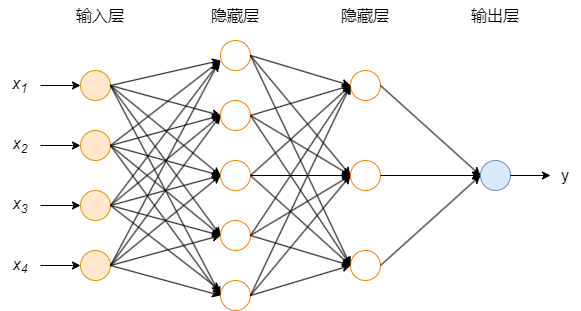
Above: 典型的前馈神经网络结构.drawio.png in luochen2002/gitskills (draw.io), before the change. Source tidied: cells renumbered, new cells last; positions are measured from the earlier drawing's top-left corner, leaving out a move shared by most shapes.
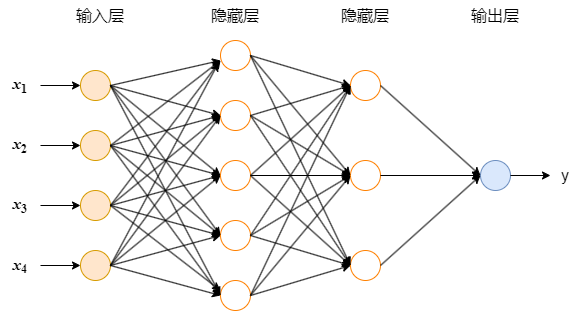
The same diagram one commit later.

Commit message:
更新典型的前馈神经网络结构.drawio.png

Change to the diagram source:
```diff
@@ -188,25 +188,25 @@
     <mxCell id="59" style="edgeStyle=orthogonalEdgeStyle;rounded=0;jettySize=auto;html=1;" parent="1" edge="1" source="60" target="2">
       <mxGeometry relative="1" as="geometry" />
     </mxCell>
-    <mxCell id="60" value="&lt;i style=&quot;font-size: 16px;&quot;&gt;x&lt;sub&gt;1&lt;/sub&gt;&lt;/i&gt;" style="text;strokeColor=none;align=center;fillColor=none;html=1;verticalAlign=middle;whiteSpace=wrap;rounded=0;" parent="1" vertex="1">
+    <mxCell id="60" value="&lt;span style=&quot;font-size: 16px;&quot;&gt;&lt;b&gt;&lt;font style=&quot;font-style: italic;&quot; face=&quot;Times New Roman&quot;&gt;x&lt;/font&gt;&lt;sub style=&quot;&quot;&gt;&lt;font style=&quot;&quot; face=&quot;Times New Roman&quot;&gt;1&lt;/font&gt;&lt;/sub&gt;&lt;/b&gt;&lt;/span&gt;" style="text;strokeColor=none;align=center;fillColor=none;html=1;verticalAlign=middle;whiteSpace=wrap;rounded=0;" parent="1" vertex="1">
       <mxGeometry y="75" width="40" height="20" as="geometry" />
     </mxCell>
     <mxCell id="61" style="edgeStyle=orthogonalEdgeStyle;rounded=0;jettySize=auto;html=1;" parent="1" edge="1" source="62" target="3">
       <mxGeometry relative="1" as="geometry" />
     </mxCell>
-    <mxCell id="62" value="&lt;i style=&quot;font-size: 16px;&quot;&gt;x&lt;/i&gt;&lt;i style=&quot;font-size: 13.3333px;&quot;&gt;&lt;sub&gt;2&lt;/sub&gt;&lt;/i&gt;" style="text;strokeColor=none;align=center;fillColor=none;html=1;verticalAlign=middle;whiteSpace=wrap;rounded=0;" parent="1" vertex="1">
+    <mxCell id="62" value="&lt;font face=&quot;Times New Roman&quot;&gt;&lt;b&gt;&lt;i style=&quot;font-size: 16px;&quot;&gt;x&lt;/i&gt;&lt;span style=&quot;font-size: 13.3333px;&quot;&gt;&lt;sub style=&quot;&quot;&gt;2&lt;/sub&gt;&lt;/span&gt;&lt;/b&gt;&lt;/font&gt;" style="text;strokeColor=none;align=center;fillColor=none;html=1;verticalAlign=middle;whiteSpace=wrap;rounded=0;" parent="1" vertex="1">
       <mxGeometry y="135" width="40" height="20" as="geometry" />
     </mxCell>
     <mxCell id="63" style="edgeStyle=orthogonalEdgeStyle;rounded=0;jettySize=auto;html=1;" parent="1" edge="1" source="64" target="4">
       <mxGeometry relative="1" as="geometry" />
     </mxCell>
-    <mxCell id="64" value="&lt;i style=&quot;font-size: 16px;&quot;&gt;x&lt;/i&gt;&lt;i style=&quot;font-size: 13.3333px;&quot;&gt;&lt;sub&gt;3&lt;/sub&gt;&lt;/i&gt;" style="text;strokeColor=none;align=center;fillColor=none;html=1;verticalAlign=middle;whiteSpace=wrap;rounded=0;" parent="1" vertex="1">
+    <mxCell id="64" value="&lt;font style=&quot;&quot; face=&quot;Times New Roman&quot;&gt;&lt;b&gt;&lt;span style=&quot;font-style: italic; font-size: 16px;&quot;&gt;x&lt;/span&gt;&lt;span style=&quot;font-size: 13.3333px;&quot;&gt;&lt;sub style=&quot;&quot;&gt;3&lt;/sub&gt;&lt;/span&gt;&lt;/b&gt;&lt;/font&gt;" style="text;strokeColor=none;align=center;fillColor=none;html=1;verticalAlign=middle;whiteSpace=wrap;rounded=0;" parent="1" vertex="1">
       <mxGeometry y="195" width="40" height="20" as="geometry" />
     </mxCell>
     <mxCell id="65" style="edgeStyle=orthogonalEdgeStyle;rounded=0;jettySize=auto;html=1;" parent="1" edge="1" source="66" target="5">
       <mxGeometry relative="1" as="geometry" />
     </mxCell>
-    <mxCell id="66" value="&lt;i style=&quot;font-size: 16px;&quot;&gt;x&lt;/i&gt;&lt;i style=&quot;font-size: 11.1111px;&quot;&gt;&lt;sub&gt;4&lt;/sub&gt;&lt;/i&gt;" style="text;strokeColor=none;align=center;fillColor=none;html=1;verticalAlign=middle;whiteSpace=wrap;rounded=0;" parent="1" vertex="1">
+    <mxCell id="66" value="&lt;b&gt;&lt;font face=&quot;Times New Roman&quot;&gt;&lt;span style=&quot;font-style: italic; font-size: 16px;&quot;&gt;x&lt;/span&gt;&lt;span style=&quot;font-size: 11.1111px;&quot;&gt;&lt;sub style=&quot;&quot;&gt;4&lt;/sub&gt;&lt;/span&gt;&lt;/font&gt;&lt;/b&gt;" style="text;strokeColor=none;align=center;fillColor=none;html=1;verticalAlign=middle;whiteSpace=wrap;rounded=0;" parent="1" vertex="1">
       <mxGeometry y="255" width="40" height="20" as="geometry" />
     </mxCell>
   </root>
```
